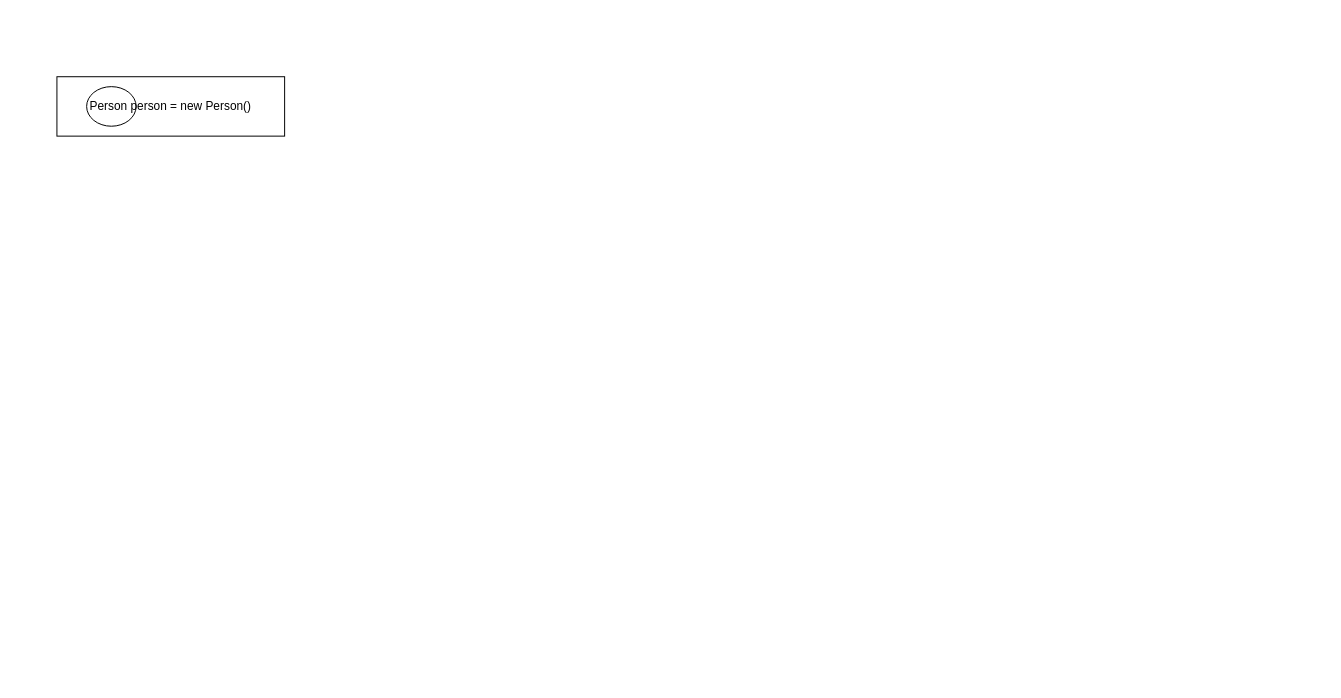
CoachHe/coachhe.github.io keeps this draw.io diagram as source/_posts/编程语言/Java/Java语言/JVM/图示/2 Java内存区域/栈、堆和方法区的交互关系.drawio. Above is the earlier version. Source tidied: cells renumbered, new cells numbered last; positions are measured from the earlier drawing's top-left corner, leaving out a move shared by most shapes. Both pictures are drawn from the tidied source at 99%, with x=0, y=0 at pixel (56, 76).
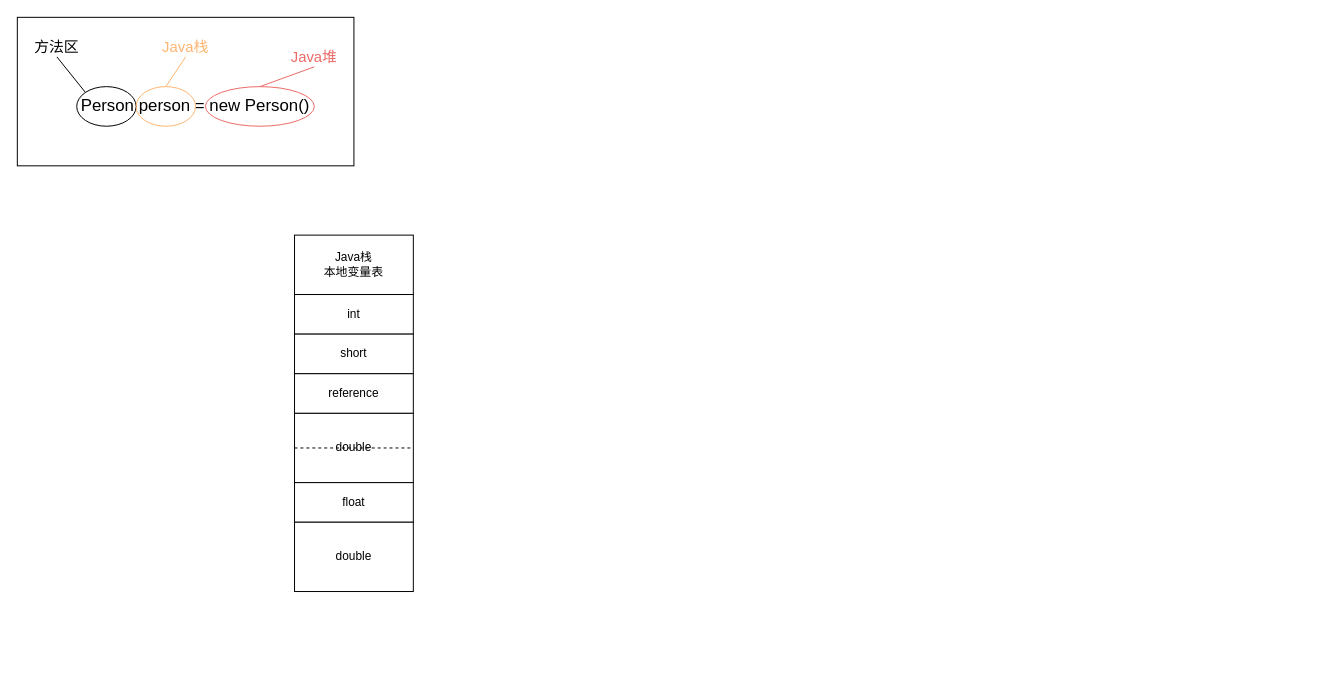
Above is the later version.

The edit, as a diff of the source:
```diff
@@
+    <mxCell id="5" style="rounded=0;whiteSpace=wrap;html=1;strokeWidth=1;" parent="1" vertex="1">
+      <mxGeometry x="-40" y="-60" width="340" height="150" as="geometry" />
+    </mxCell>
@@
-    <mxCell id="3" value="Person person = new Person()" style="rounded=0;whiteSpace=wrap;html=1;" parent="1" vertex="1">
-      <mxGeometry width="230" height="60" as="geometry" />
+    <mxCell id="3" value="&lt;font style=&quot;font-size: 17px&quot;&gt;Person person = new Person()&lt;/font&gt;" style="rounded=0;whiteSpace=wrap;html=1;strokeColor=none;" parent="1" vertex="1">
+      <mxGeometry width="280" height="60" as="geometry" />
     </mxCell>
+    <mxCell id="6" style="edgeStyle=none;html=1;exitX=0;exitY=0;exitDx=0;exitDy=0;entryX=0.5;entryY=1;entryDx=0;entryDy=0;endArrow=none;endFill=0;" parent="1" edge="1" source="4" target="7">
+      <mxGeometry relative="1" as="geometry" />
+    </mxCell>
     <mxCell id="4" style="ellipse;whiteSpace=wrap;html=1;fillColor=none;" parent="1" vertex="1">
-      <mxGeometry x="30" y="10" width="50" height="40" as="geometry" />
+      <mxGeometry x="20" y="10" width="60" height="40" as="geometry" />
     </mxCell>
+    <mxCell id="7" value="&lt;font style=&quot;font-size: 15px&quot;&gt;方法区&lt;/font&gt;" style="text;html=1;strokeColor=none;fillColor=none;align=center;verticalAlign=middle;whiteSpace=wrap;rounded=0;strokeWidth=3;" parent="1" vertex="1">
+      <mxGeometry x="-30" y="-40" width="60" height="20" as="geometry" />
+    </mxCell>
+    <mxCell id="8" style="edgeStyle=none;html=1;exitX=0.5;exitY=0;exitDx=0;exitDy=0;entryX=0.5;entryY=1;entryDx=0;entryDy=0;endArrow=none;endFill=0;strokeColor=#FFB570;" parent="1" edge="1" source="9" target="10">
+      <mxGeometry relative="1" as="geometry" />
+    </mxCell>
+    <mxCell id="9" style="ellipse;whiteSpace=wrap;html=1;fillColor=none;strokeColor=#FFB570;" parent="1" vertex="1">
+      <mxGeometry x="80" y="10" width="60" height="40" as="geometry" />
+    </mxCell>
+    <mxCell id="10" value="&lt;span style=&quot;font-size: 15px&quot;&gt;&lt;font color=&quot;#ffb570&quot;&gt;Java栈&lt;/font&gt;&lt;/span&gt;" style="text;html=1;strokeColor=none;fillColor=none;align=center;verticalAlign=middle;whiteSpace=wrap;rounded=0;strokeWidth=3;" parent="1" vertex="1">
+      <mxGeometry x="100" y="-40" width="60" height="20" as="geometry" />
+    </mxCell>
+    <mxCell id="11" style="edgeStyle=none;html=1;exitX=0.5;exitY=0;exitDx=0;exitDy=0;entryX=0.5;entryY=1;entryDx=0;entryDy=0;endArrow=none;endFill=0;strokeColor=#EA6B66;" parent="1" edge="1" source="12" target="13">
+      <mxGeometry relative="1" as="geometry" />
+    </mxCell>
+    <mxCell id="12" style="ellipse;whiteSpace=wrap;html=1;fillColor=none;strokeColor=#EA6B66;" parent="1" vertex="1">
+      <mxGeometry x="150" y="10" width="110" height="40" as="geometry" />
+    </mxCell>
+    <mxCell id="13" value="&lt;span style=&quot;font-size: 15px&quot;&gt;&lt;font color=&quot;#ea6b66&quot;&gt;Java堆&lt;/font&gt;&lt;/span&gt;" style="text;html=1;strokeColor=none;fillColor=none;align=center;verticalAlign=middle;whiteSpace=wrap;rounded=0;strokeWidth=3;" parent="1" vertex="1">
+      <mxGeometry x="230" y="-30" width="60" height="20" as="geometry" />
+    </mxCell>
+    <mxCell id="14" value="Java栈&lt;br&gt;本地变量表" style="rounded=0;whiteSpace=wrap;html=1;strokeColor=#000000;strokeWidth=1;fillColor=#ffffff;" parent="1" vertex="1">
+      <mxGeometry x="240" y="160" width="120" height="60" as="geometry" />
+    </mxCell>
+    <mxCell id="15" value="int" style="rounded=0;whiteSpace=wrap;html=1;strokeColor=#000000;strokeWidth=1;fillColor=#ffffff;" parent="1" vertex="1">
+      <mxGeometry x="240" y="220" width="120" height="40" as="geometry" />
+    </mxCell>
+    <mxCell id="16" value="short" style="rounded=0;whiteSpace=wrap;html=1;strokeColor=#000000;strokeWidth=1;fillColor=#ffffff;" parent="1" vertex="1">
+      <mxGeometry x="240" y="260" width="120" height="40" as="geometry" />
+    </mxCell>
+    <mxCell id="17" value="reference" style="rounded=0;whiteSpace=wrap;html=1;strokeColor=#000000;strokeWidth=1;fillColor=#ffffff;" parent="1" vertex="1">
+      <mxGeometry x="240" y="300" width="120" height="40" as="geometry" />
+    </mxCell>
+    <mxCell id="18" value="double" style="rounded=0;whiteSpace=wrap;html=1;strokeColor=#000000;strokeWidth=1;fillColor=#ffffff;" parent="1" vertex="1">
+      <mxGeometry x="240" y="340" width="120" height="70" as="geometry" />
+    </mxCell>
+    <mxCell id="19" style="edgeStyle=none;html=1;exitX=0;exitY=0.5;exitDx=0;exitDy=0;entryX=1;entryY=0.5;entryDx=0;entryDy=0;endArrow=none;endFill=0;dashed=1;" parent="1" edge="1" source="18" target="18">
+      <mxGeometry relative="1" as="geometry" />
+    </mxCell>
+    <mxCell id="20" value="float" style="rounded=0;whiteSpace=wrap;html=1;strokeColor=#000000;strokeWidth=1;fillColor=#ffffff;" parent="1" vertex="1">
+      <mxGeometry x="240" y="410" width="120" height="40" as="geometry" />
+    </mxCell>
+    <mxCell id="21" value="double" style="rounded=0;whiteSpace=wrap;html=1;strokeColor=#000000;strokeWidth=1;fillColor=#ffffff;" parent="1" vertex="1">
+      <mxGeometry x="240" y="450" width="120" height="70" as="geometry" />
+    </mxCell>
```
